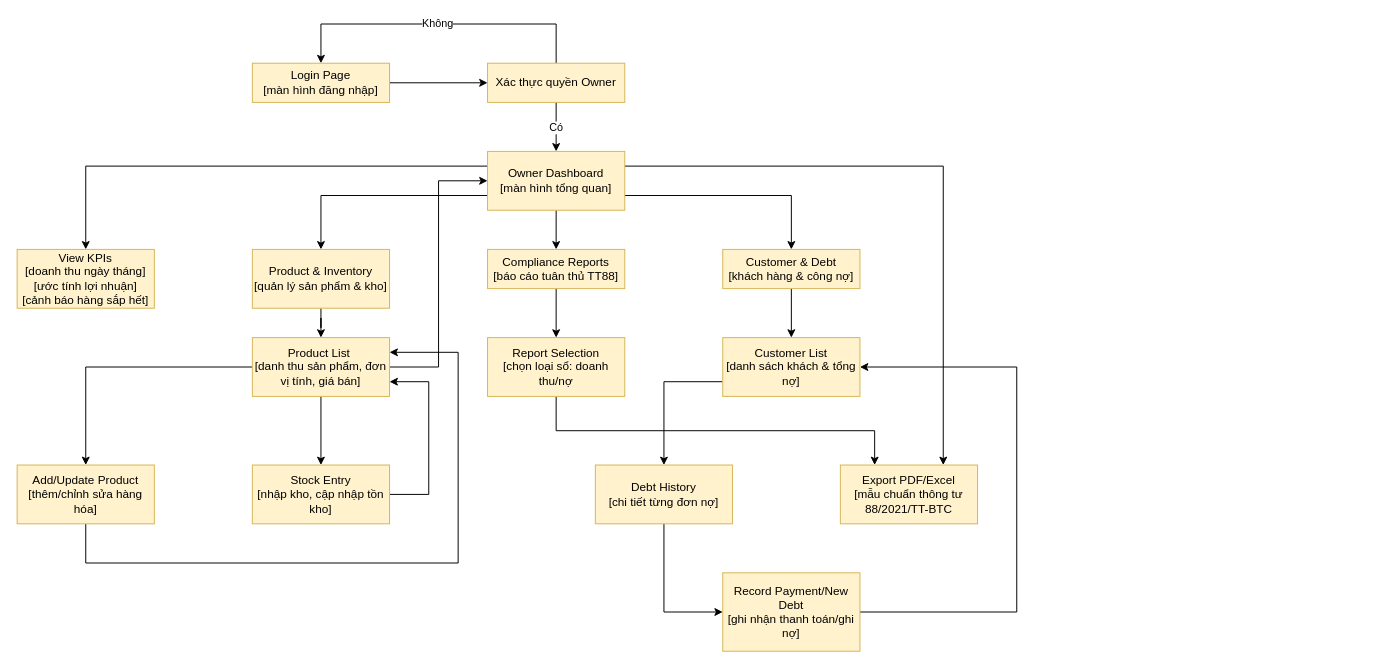
Above: docs/diagrams/owner_screen_flow.drawio in fouzo53/software-engineering-project (draw.io), before the change. Source tidied: cells renumbered, new cells numbered last; positions are measured from the earlier drawing's top-left corner, leaving out a move shared by most shapes. Both pictures are drawn from the tidied source at 98%, with x=0, y=0 at pixel (17, 24).
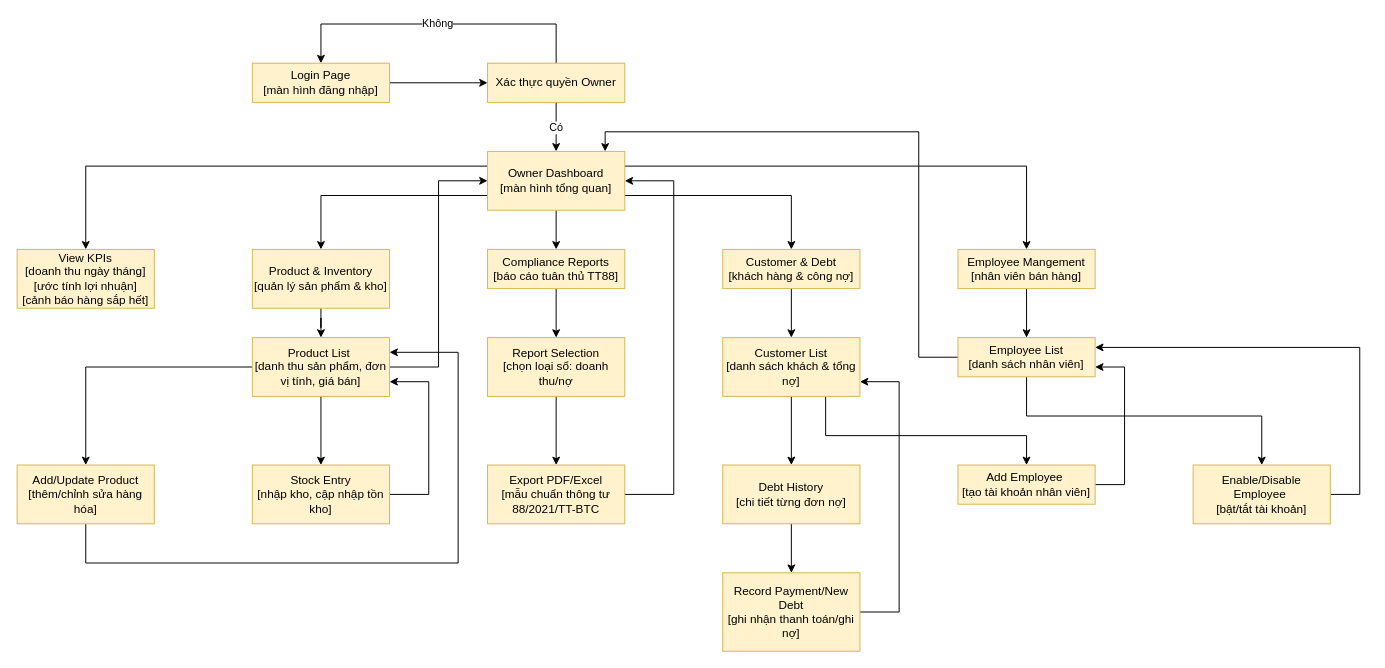
After the change.

Unchanged cells that the change refers to:
```xml
<mxCell id="14" value="Owner Dashboard&lt;div&gt;[màn hình tổng quan]&lt;/div&gt;" style="rounded=0;whiteSpace=wrap;html=1;fillColor=#fff2cc;strokeColor=#d6b656;" parent="1" vertex="1">
  <mxGeometry x="480" y="130" width="140" height="60" as="geometry" />
</mxCell>
<mxCell id="29" value="Report Selection&lt;div&gt;[chọn loại sổ: doanh thu/nợ&lt;/div&gt;" style="rounded=0;whiteSpace=wrap;html=1;fillColor=#fff2cc;strokeColor=#d6b656;" parent="1" vertex="1">
  <mxGeometry x="480" y="320" width="140" height="60" as="geometry" />
</mxCell>
<mxCell id="33" value="Customer List&lt;div&gt;[danh sách khách &amp;amp; tổng nợ]&lt;/div&gt;" style="rounded=0;whiteSpace=wrap;html=1;fillColor=#fff2cc;strokeColor=#d6b656;" parent="1" vertex="1">
  <mxGeometry x="720" y="320" width="140" height="60" as="geometry" />
</mxCell>
<mxCell id="37" value="Record Payment/New Debt&lt;div&gt;[ghi nhận thanh toán/ghi nợ]&lt;/div&gt;" style="rounded=0;whiteSpace=wrap;html=1;fillColor=#fff2cc;strokeColor=#d6b656;" parent="1" vertex="1">
  <mxGeometry x="720" y="560" width="140" height="80" as="geometry" />
</mxCell>
```

The edit, as a diff of the source:
```diff
@@
-    <mxCell id="13" style="edgeStyle=orthogonalEdgeStyle;rounded=0;jettySize=auto;html=1;exitX=1;exitY=0.25;exitDx=0;exitDy=0;entryX=0.75;entryY=0;entryDx=0;entryDy=0;" parent="1" edge="1" source="14" target="38">
-      <mxGeometry relative="1" as="geometry" />
-    </mxCell>
+    <mxCell id="39" style="edgeStyle=orthogonalEdgeStyle;rounded=0;jettySize=auto;html=1;exitX=1;exitY=0.25;exitDx=0;exitDy=0;entryX=0.5;entryY=0;entryDx=0;entryDy=0;" parent="1" edge="1" source="14" target="43">
+      <mxGeometry relative="1" as="geometry" />
+    </mxCell>
@@
-    <mxCell id="28" style="edgeStyle=orthogonalEdgeStyle;rounded=0;jettySize=auto;html=1;entryX=0.25;entryY=0;entryDx=0;entryDy=0;exitX=0.5;exitY=1;exitDx=0;exitDy=0;" parent="1" edge="1" source="29" target="38">
+    <mxCell id="28" style="edgeStyle=orthogonalEdgeStyle;rounded=0;jettySize=auto;html=1;entryX=0.5;entryY=0;entryDx=0;entryDy=0;exitX=0.5;exitY=1;exitDx=0;exitDy=0;" parent="1" edge="1" source="29" target="38">
       <mxGeometry relative="1" as="geometry" />
     </mxCell>
@@
-    <mxCell id="32" style="edgeStyle=orthogonalEdgeStyle;rounded=0;jettySize=auto;html=1;exitX=0;exitY=0.75;exitDx=0;exitDy=0;entryX=0.5;entryY=0;entryDx=0;entryDy=0;" parent="1" edge="1" source="33" target="35">
+    <mxCell id="32" style="edgeStyle=orthogonalEdgeStyle;rounded=0;jettySize=auto;html=1;exitX=0.5;exitY=1;exitDx=0;exitDy=0;entryX=0.5;entryY=0;entryDx=0;entryDy=0;" parent="1" edge="1" source="33" target="35">
       <mxGeometry relative="1" as="geometry" />
     </mxCell>
+    <mxCell id="40" style="edgeStyle=orthogonalEdgeStyle;rounded=0;jettySize=auto;html=1;exitX=0.75;exitY=1;exitDx=0;exitDy=0;entryX=0.5;entryY=0;entryDx=0;entryDy=0;" parent="1" edge="1" source="33" target="48">
+      <mxGeometry relative="1" as="geometry">
+        <Array as="points">
+          <mxPoint x="825" y="420" />
+          <mxPoint x="1030" y="420" />
+        </Array>
+      </mxGeometry>
+    </mxCell>
@@
-    <mxCell id="34" style="edgeStyle=orthogonalEdgeStyle;rounded=0;jettySize=auto;html=1;entryX=0;entryY=0.5;entryDx=0;entryDy=0;" parent="1" edge="1" source="35" target="37">
+    <mxCell id="34" style="edgeStyle=orthogonalEdgeStyle;rounded=0;jettySize=auto;html=1;entryX=0.5;entryY=0;entryDx=0;entryDy=0;" parent="1" edge="1" source="35" target="37">
       <mxGeometry relative="1" as="geometry" />
     </mxCell>
     <mxCell id="35" value="Debt History&lt;div&gt;[chi tiết từng đơn nợ]&lt;/div&gt;" style="rounded=0;whiteSpace=wrap;html=1;fillColor=#fff2cc;strokeColor=#d6b656;" parent="1" vertex="1">
-      <mxGeometry x="590" y="450" width="140" height="60" as="geometry" />
+      <mxGeometry x="720" y="450" width="140" height="60" as="geometry" />
     </mxCell>
-    <mxCell id="36" style="edgeStyle=orthogonalEdgeStyle;rounded=0;jettySize=auto;html=1;entryX=1;entryY=0.5;entryDx=0;entryDy=0;" parent="1" edge="1" source="37" target="33">
+    <mxCell id="36" style="edgeStyle=orthogonalEdgeStyle;rounded=0;jettySize=auto;html=1;entryX=1;entryY=0.75;entryDx=0;entryDy=0;" parent="1" edge="1" source="37" target="33">
       <mxGeometry relative="1" as="geometry">
         <Array as="points">
-          <mxPoint x="1020" y="600" />
-          <mxPoint x="1020" y="350" />
+          <mxPoint x="900" y="600" />
+          <mxPoint x="900" y="365" />
         </Array>
       </mxGeometry>
     </mxCell>
@@
+    <mxCell id="41" style="edgeStyle=orthogonalEdgeStyle;rounded=0;jettySize=auto;html=1;entryX=1;entryY=0.5;entryDx=0;entryDy=0;exitX=1;exitY=0.5;exitDx=0;exitDy=0;" parent="1" edge="1" source="38" target="14">
+      <mxGeometry relative="1" as="geometry">
+        <Array as="points">
+          <mxPoint x="670" y="480" />
+          <mxPoint x="670" y="160" />
+        </Array>
+      </mxGeometry>
+    </mxCell>
     <mxCell id="38" value="Export PDF/Excel&lt;div&gt;[mẫu chuẩn thông tư 88/2021/TT-BTC&lt;/div&gt;" style="rounded=0;whiteSpace=wrap;html=1;fillColor=#fff2cc;strokeColor=#d6b656;" parent="1" vertex="1">
-      <mxGeometry x="840" y="450" width="140" height="60" as="geometry" />
+      <mxGeometry x="480" y="450" width="140" height="60" as="geometry" />
     </mxCell>
+    <mxCell id="42" style="edgeStyle=orthogonalEdgeStyle;rounded=0;jettySize=auto;html=1;entryX=0.5;entryY=0;entryDx=0;entryDy=0;" parent="1" edge="1" source="43" target="46">
+      <mxGeometry relative="1" as="geometry" />
+    </mxCell>
+    <mxCell id="43" value="Employee Mangement&lt;div&gt;[nhân viên bán hàng]&lt;/div&gt;" style="rounded=0;whiteSpace=wrap;html=1;fillColor=#fff2cc;strokeColor=#d6b656;" parent="1" vertex="1">
+      <mxGeometry x="960" y="230" width="140" height="40" as="geometry" />
+    </mxCell>
+    <mxCell id="44" style="edgeStyle=orthogonalEdgeStyle;rounded=0;jettySize=auto;html=1;" parent="1" edge="1" source="46">
+      <mxGeometry relative="1" as="geometry">
+        <mxPoint x="600" y="130" as="targetPoint" />
+        <Array as="points">
+          <mxPoint x="920" y="340" />
+          <mxPoint x="920" y="110" />
+          <mxPoint x="600" y="110" />
+        </Array>
+      </mxGeometry>
+    </mxCell>
+    <mxCell id="45" style="edgeStyle=orthogonalEdgeStyle;rounded=0;jettySize=auto;html=1;entryX=0.5;entryY=0;entryDx=0;entryDy=0;exitX=0.5;exitY=1;exitDx=0;exitDy=0;" parent="1" edge="1" source="46" target="50">
+      <mxGeometry relative="1" as="geometry">
+        <Array as="points">
+          <mxPoint x="1030" y="400" />
+          <mxPoint x="1270" y="400" />
+        </Array>
+      </mxGeometry>
+    </mxCell>
+    <mxCell id="46" value="Employee List&lt;div&gt;[danh sách nhân viên]&lt;/div&gt;" style="rounded=0;whiteSpace=wrap;html=1;fillColor=#fff2cc;strokeColor=#d6b656;" parent="1" vertex="1">
+      <mxGeometry x="960" y="320" width="140" height="40" as="geometry" />
+    </mxCell>
+    <mxCell id="47" style="edgeStyle=orthogonalEdgeStyle;rounded=0;jettySize=auto;html=1;entryX=1;entryY=0.75;entryDx=0;entryDy=0;exitX=1;exitY=0.5;exitDx=0;exitDy=0;" parent="1" edge="1" source="48" target="46">
+      <mxGeometry relative="1" as="geometry">
+        <Array as="points">
+          <mxPoint x="1130" y="470" />
+          <mxPoint x="1130" y="350" />
+        </Array>
+      </mxGeometry>
+    </mxCell>
+    <mxCell id="48" value="Add Employee&amp;nbsp;&lt;div&gt;[tạo tài khoản nhân viên]&lt;/div&gt;" style="rounded=0;whiteSpace=wrap;html=1;fillColor=#fff2cc;strokeColor=#d6b656;" parent="1" vertex="1">
+      <mxGeometry x="960" y="450" width="140" height="40" as="geometry" />
+    </mxCell>
+    <mxCell id="49" style="edgeStyle=orthogonalEdgeStyle;rounded=0;jettySize=auto;html=1;entryX=1;entryY=0.25;entryDx=0;entryDy=0;exitX=1;exitY=0.5;exitDx=0;exitDy=0;" parent="1" edge="1" source="50" target="46">
+      <mxGeometry relative="1" as="geometry">
+        <Array as="points">
+          <mxPoint x="1370" y="480" />
+          <mxPoint x="1370" y="330" />
+        </Array>
+      </mxGeometry>
+    </mxCell>
+    <mxCell id="50" value="Enable/Disable Employee&amp;nbsp;&lt;div&gt;[bật/tắt tài khoản]&lt;/div&gt;" style="rounded=0;whiteSpace=wrap;html=1;fillColor=#fff2cc;strokeColor=#d6b656;" parent="1" vertex="1">
+      <mxGeometry x="1200" y="450" width="140" height="60" as="geometry" />
+    </mxCell>
```
